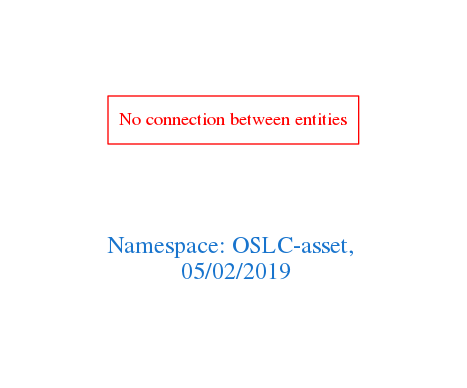
The Graphviz diagram downloads/OSLC-asset.png in arago/OGIT, before a commit. Its source is kept beside it as downloads/OSLC-asset.dot.
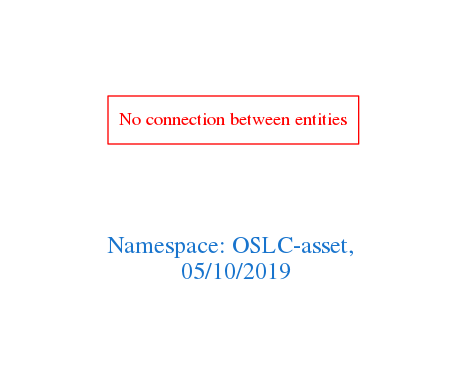
After the commit.

What changed in the source:
```diff
@@ -1,7 +1,7 @@
 digraph OGIT_ontology {
  graph [ rankdir= LR,pad=1
 fontsize = 18,
-fontcolor= dodgerblue3,label = "\n\n\nNamespace: OSLC-asset, \n 05/02/2019"];
+fontcolor= dodgerblue3,label = "\n\n\nNamespace: OSLC-asset, \n 05/10/2019"];
 node[shape=polygon];
 edge [  color="gray81"];
 
```
